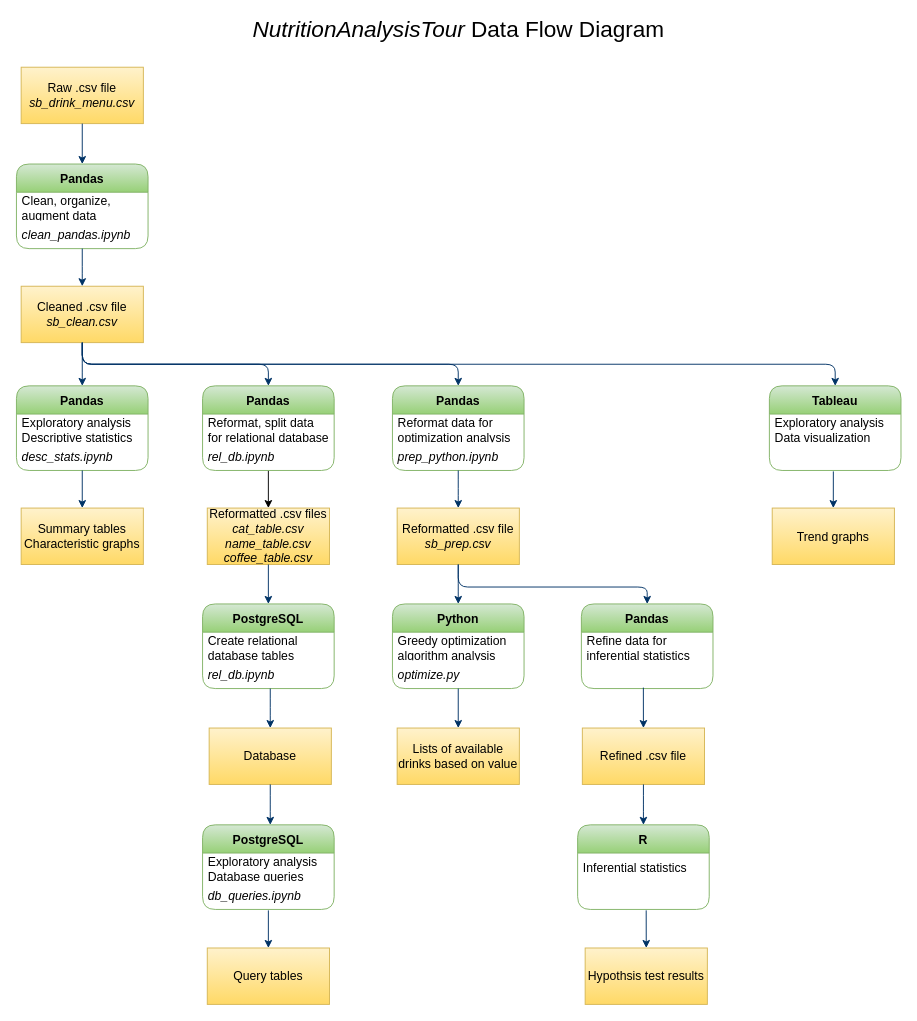
The draw.io diagram NutritionAnalysisTour/data_flow.drawio in Ugi77/projects, before the edit. Source tidied: cells renumbered, new cells numbered last; positions are measured from the earlier drawing's top-left corner, leaving out a move shared by most shapes. Both pictures are drawn from the tidied source at 94%, with x=0, y=0 at pixel (16, 20).
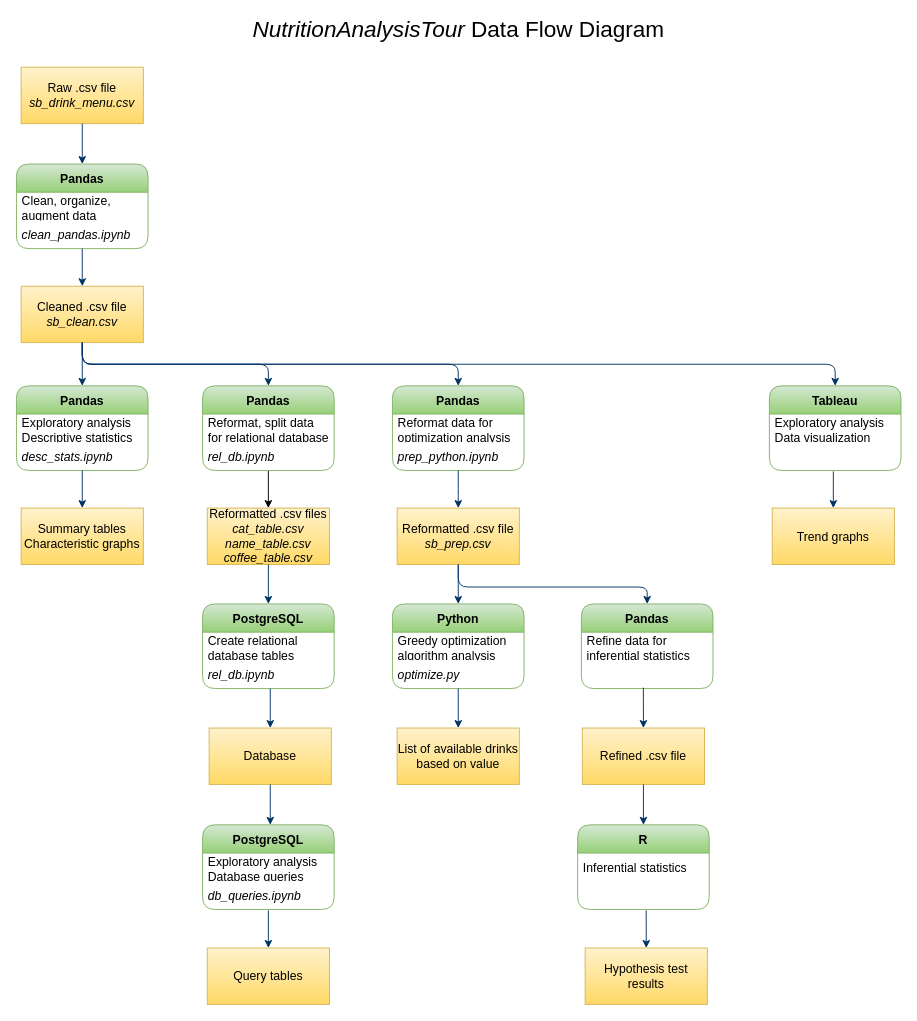
The same diagram, later.

Commit message:
correct spelling error from data_flow.drawio file

Diff of the diagram source:
```diff
@@
-    <mxCell id="47" value="Lists of available drinks based on value" style="rounded=0;whiteSpace=wrap;html=1;fontFamily=Helvetica;fontSize=13;align=center;strokeColor=#d6b656;fillColor=#fff2cc;gradientColor=#ffd966;" parent="1" vertex="1">
+    <mxCell id="47" value="List of available drinks based on value" style="rounded=0;whiteSpace=wrap;html=1;fontFamily=Helvetica;fontSize=13;align=center;strokeColor=#d6b656;fillColor=#fff2cc;gradientColor=#ffd966;" parent="1" vertex="1">
       <mxGeometry x="405" y="753" width="130" height="60" as="geometry" />
     </mxCell>
@@
-    <mxCell id="49" value="Hypothsis test results" style="rounded=0;whiteSpace=wrap;html=1;fontFamily=Helvetica;fontSize=13;align=center;strokeColor=#d6b656;fillColor=#fff2cc;gradientColor=#ffd966;" parent="1" vertex="1">
+    <mxCell id="49" value="Hypothesis test results" style="rounded=0;whiteSpace=wrap;html=1;fontFamily=Helvetica;fontSize=13;align=center;strokeColor=#d6b656;fillColor=#fff2cc;gradientColor=#ffd966;" parent="1" vertex="1">
       <mxGeometry x="605" y="987" width="130" height="60" as="geometry" />
     </mxCell>
```
